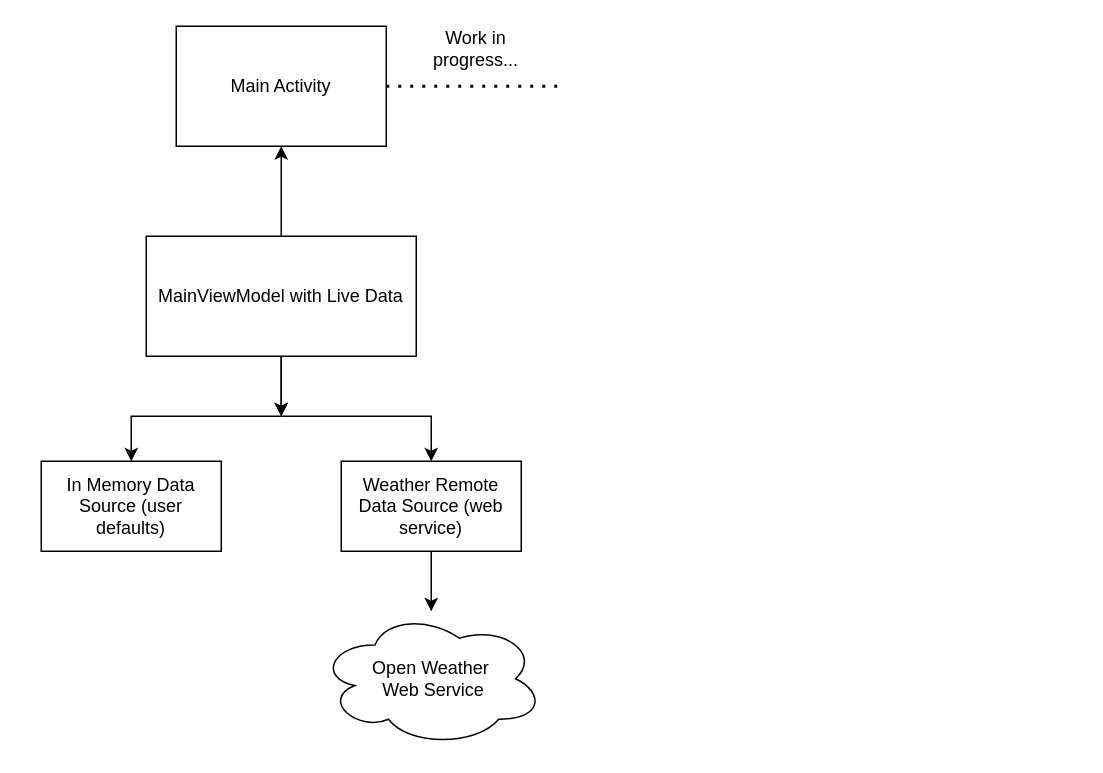
The draw.io diagram Architecture.drawio in marcomarinodev/pin-weather, before the edit. Source tidied: cells renumbered, new cells numbered last; positions are measured from the earlier drawing's top-left corner, leaving out a move shared by most shapes. Both pictures are drawn from the tidied source at 150%, with x=0, y=0 at pixel (40, 26).
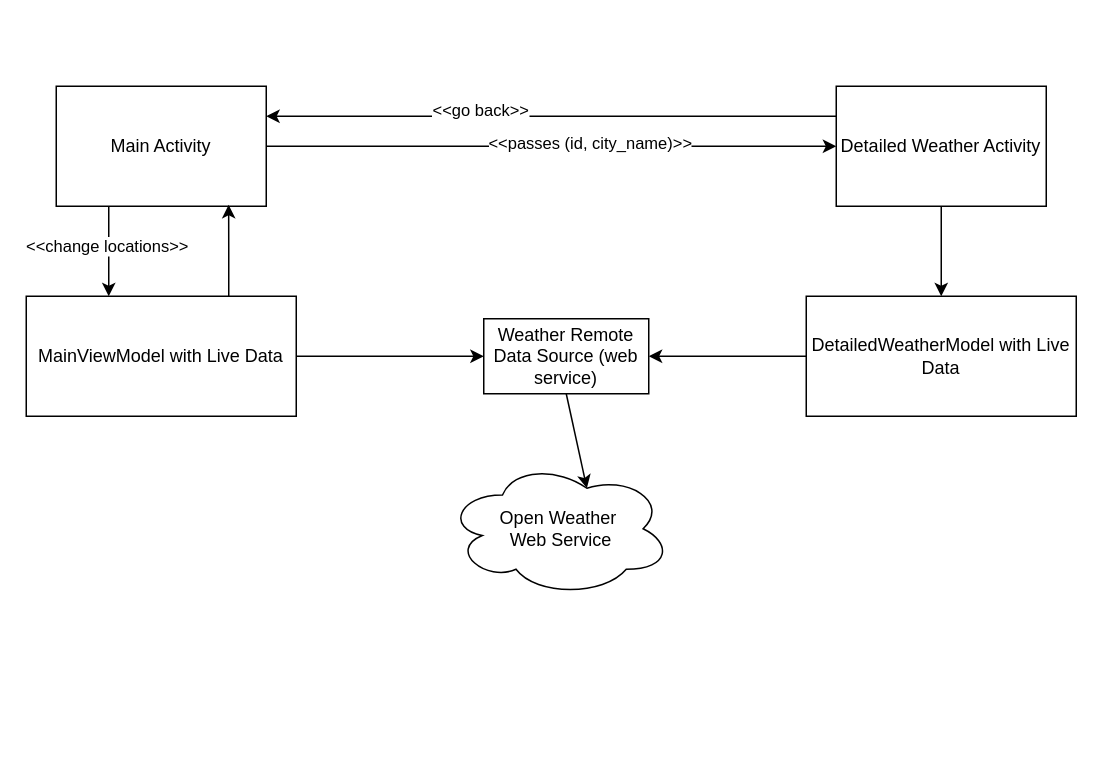
After the change.

What changed in the source:
```diff
@@
     <mxCell id="2" value="Main Activity" style="rounded=0;whiteSpace=wrap;html=1;" parent="1" vertex="1">
-      <mxGeometry x="90" width="140" height="80" as="geometry" />
+      <mxGeometry x="10" y="40" width="140" height="80" as="geometry" />
     </mxCell>
+    <mxCell id="15" style="edgeStyle=orthogonalEdgeStyle;rounded=0;jettySize=auto;html=1;exitX=0.75;exitY=0;exitDx=0;exitDy=0;entryX=0.821;entryY=0.988;entryDx=0;entryDy=0;entryPerimeter=0;" parent="1" edge="1" source="3" target="2">
+      <mxGeometry relative="1" as="geometry" />
+    </mxCell>
     <mxCell id="3" value="MainViewModel with Live Data" style="rounded=0;whiteSpace=wrap;html=1;" parent="1" vertex="1">
-      <mxGeometry x="70" y="140" width="180" height="80" as="geometry" />
+      <mxGeometry x="-10" y="180" width="180" height="80" as="geometry" />
     </mxCell>
-    <mxCell id="4" value="In Memory Data Source (user defaults)" style="rounded=0;whiteSpace=wrap;html=1;" parent="1" vertex="1">
-      <mxGeometry y="290" width="120" height="60" as="geometry" />
-    </mxCell>
     <mxCell id="5" value="Weather Remote Data Source (web service)" style="rounded=0;whiteSpace=wrap;html=1;" parent="1" vertex="1">
-      <mxGeometry x="200" y="290" width="120" height="60" as="geometry" />
+      <mxGeometry x="295" y="195" width="110" height="50" as="geometry" />
     </mxCell>
-    <mxCell id="6" style="endArrow=classic;html=1;rounded=0;exitX=0.5;exitY=1;exitDx=0;exitDy=0;" parent="1" edge="1" source="5" target="7">
+    <mxCell id="6" style="endArrow=classic;html=1;rounded=0;exitX=0.5;exitY=1;exitDx=0;exitDy=0;entryX=0.625;entryY=0.2;entryDx=0;entryDy=0;entryPerimeter=0;" parent="1" edge="1" source="5" target="7">
       <mxGeometry relative="1" as="geometry" />
     </mxCell>
     <mxCell id="7" value="Open Weather&lt;br&gt;&amp;nbsp;Web Service" style="ellipse;shape=cloud;whiteSpace=wrap;html=1;" parent="1" vertex="1">
-      <mxGeometry x="185" y="390" width="150" height="90" as="geometry" />
+      <mxGeometry x="270" y="290" width="150" height="90" as="geometry" />
     </mxCell>
-    <mxCell id="8" style="endArrow=classic;html=1;rounded=0;exitX=0.5;exitY=1;exitDx=0;exitDy=0;" parent="1" edge="1" source="3">
-      <mxGeometry relative="1" as="geometry">
-        <mxPoint x="160" y="260" as="targetPoint" />
-      </mxGeometry>
-    </mxCell>
-    <mxCell id="9" style="endArrow=classic;html=1;rounded=0;exitX=0.5;exitY=1;exitDx=0;exitDy=0;" parent="1" edge="1" source="3">
-      <mxGeometry relative="1" as="geometry">
-        <mxPoint x="160" y="260" as="targetPoint" />
-      </mxGeometry>
-    </mxCell>
-    <mxCell id="10" style="endArrow=classic;html=1;rounded=0;entryX=0.5;entryY=0;entryDx=0;entryDy=0;" parent="1" edge="1" target="4">
-      <mxGeometry relative="1" as="geometry">
-        <mxPoint x="160" y="260" as="sourcePoint" />
-        <Array as="points">
-          <mxPoint x="60" y="260" />
-        </Array>
-      </mxGeometry>
-    </mxCell>
-    <mxCell id="11" style="endArrow=classic;html=1;rounded=0;entryX=0.5;entryY=0;entryDx=0;entryDy=0;" parent="1" edge="1" target="5">
+    <mxCell id="11" style="endArrow=classic;html=1;rounded=0;entryX=0;entryY=0.5;entryDx=0;entryDy=0;exitX=1;exitY=0.5;exitDx=0;exitDy=0;" parent="1" edge="1" source="3" target="5">
       <mxGeometry relative="1" as="geometry">
-        <mxPoint x="160" y="260" as="sourcePoint" />
         <Array as="points">
-          <mxPoint x="260" y="260" />
+          <mxPoint x="270" y="220" />
         </Array>
       </mxGeometry>
     </mxCell>
-    <mxCell id="12" style="endArrow=classic;html=1;rounded=0;exitX=0.5;exitY=0;exitDx=0;exitDy=0;" parent="1" edge="1" source="3">
-      <mxGeometry relative="1" as="geometry">
-        <mxPoint x="160" y="80" as="targetPoint" />
-      </mxGeometry>
-    </mxCell>
-    <mxCell id="13" style="endArrow=none;dashed=1;html=1;dashPattern=1 3;strokeWidth=2;rounded=0;exitX=1;exitY=0.5;exitDx=0;exitDy=0;" parent="1" edge="1" source="2">
-      <mxGeometry relative="1" as="geometry">
-        <mxPoint x="350" y="40" as="targetPoint" />
-      </mxGeometry>
-    </mxCell>
-    <mxCell id="14" value="Work in progress..." style="text;html=1;strokeColor=none;fillColor=none;align=center;verticalAlign=middle;whiteSpace=wrap;rounded=0;" parent="1" vertex="1">
-      <mxGeometry x="260" width="60" height="30" as="geometry" />
-    </mxCell>
+    <mxCell id="16" value="DetailedWeatherModel with Live Data" style="rounded=0;whiteSpace=wrap;html=1;" parent="1" vertex="1">
+      <mxGeometry x="510" y="180" width="180" height="80" as="geometry" />
+    </mxCell>
+    <mxCell id="17" style="endArrow=classic;html=1;rounded=0;exitX=0;exitY=0.5;exitDx=0;exitDy=0;entryX=1;entryY=0.5;entryDx=0;entryDy=0;" parent="1" edge="1" source="16" target="5">
+      <mxGeometry relative="1" as="geometry" />
+    </mxCell>
+    <mxCell id="18" style="edgeStyle=orthogonalEdgeStyle;rounded=0;jettySize=auto;html=1;exitX=0.5;exitY=1;exitDx=0;exitDy=0;entryX=0.5;entryY=0;entryDx=0;entryDy=0;" parent="1" edge="1" source="19" target="16">
+      <mxGeometry relative="1" as="geometry" />
+    </mxCell>
+    <mxCell id="19" value="Detailed Weather Activity" style="rounded=0;whiteSpace=wrap;html=1;" parent="1" vertex="1">
+      <mxGeometry x="530" y="40" width="140" height="80" as="geometry" />
+    </mxCell>
+    <mxCell id="20" style="endArrow=classic;html=1;rounded=0;exitX=1;exitY=0.5;exitDx=0;exitDy=0;entryX=0;entryY=0.5;entryDx=0;entryDy=0;" parent="1" edge="1" source="2" target="19">
+      <mxGeometry relative="1" as="geometry" />
+    </mxCell>
+    <mxCell id="21" value="&amp;lt;&amp;lt;passes (id, city_name)&amp;gt;&amp;gt;" style="edgeLabel;html=1;align=center;verticalAlign=middle;" parent="20" vertex="1">
+      <mxGeometry x="0.13" y="3" relative="1" as="geometry" />
+    </mxCell>
+    <mxCell id="22" style="endArrow=classic;html=1;rounded=0;exitX=0;exitY=0.25;exitDx=0;exitDy=0;entryX=1;entryY=0.25;entryDx=0;entryDy=0;" parent="1" edge="1" source="19" target="2">
+      <mxGeometry relative="1" as="geometry" />
+    </mxCell>
+    <mxCell id="23" value="&amp;lt;&amp;lt;go back&amp;gt;&amp;gt;" style="edgeLabel;html=1;align=center;verticalAlign=middle;" parent="22" vertex="1">
+      <mxGeometry x="0.25" y="-4" relative="1" as="geometry" />
+    </mxCell>
+    <mxCell id="24" style="endArrow=classic;html=1;rounded=0;exitX=0.25;exitY=1;exitDx=0;exitDy=0;" parent="1" edge="1" source="2">
+      <mxGeometry relative="1" as="geometry">
+        <mxPoint x="45" y="180" as="targetPoint" />
+      </mxGeometry>
+    </mxCell>
+    <mxCell id="25" value="&amp;lt;&amp;lt;change locations&amp;gt;&amp;gt;" style="edgeLabel;html=1;align=center;verticalAlign=middle;" parent="24" vertex="1">
+      <mxGeometry x="-0.13" y="-2" relative="1" as="geometry" />
+    </mxCell>
```
